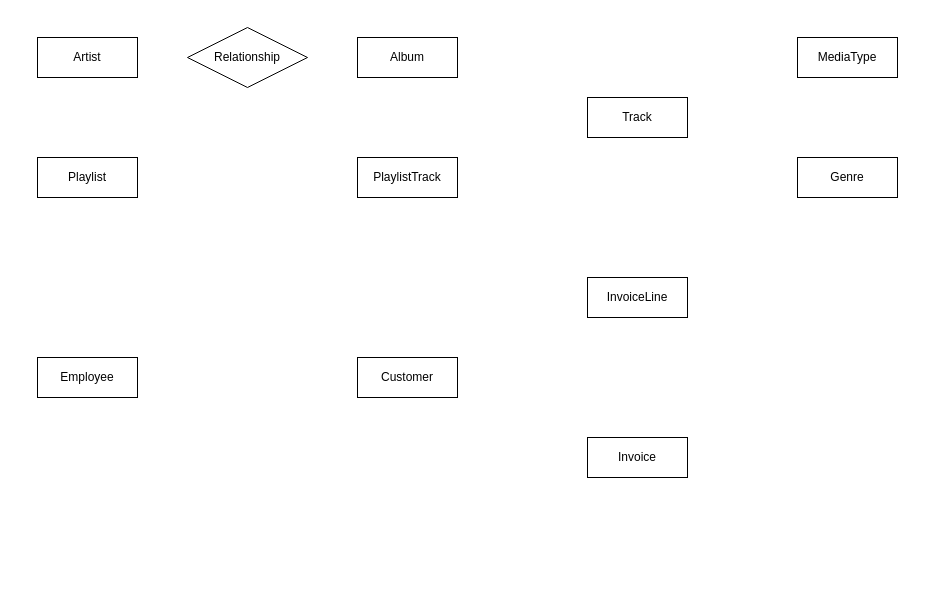
Before: Dokumentation/ER-Diagramm.svg.drawio in trimzej/WIP-18, a draw.io diagram. Source tidied: cells renumbered, new cells numbered last; positions are measured from the earlier drawing's top-left corner, leaving out a move shared by most shapes. Both pictures are drawn from the tidied source at 100%, with x=0, y=0 at pixel (37, 27).
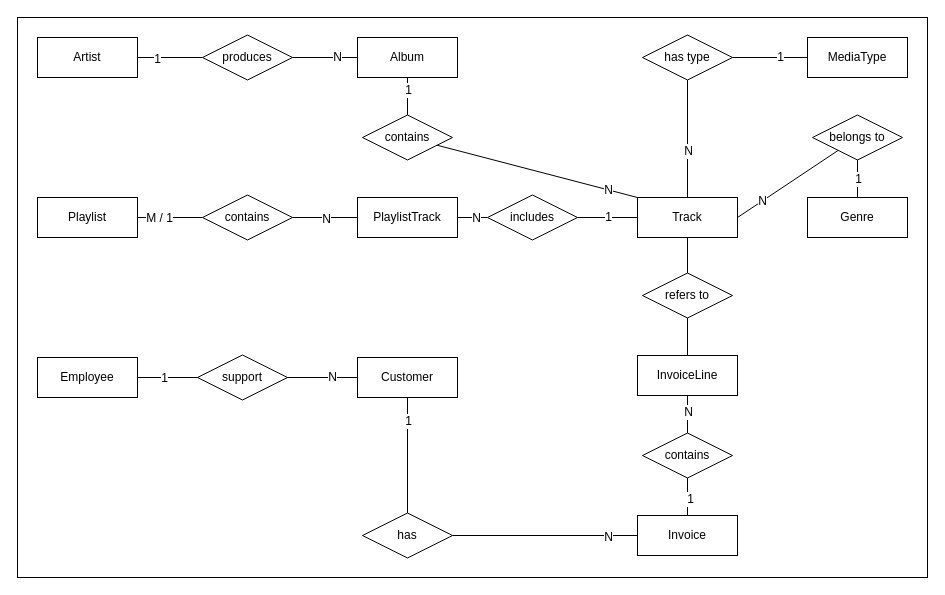
Above is the later version.

Commit message:
finished ER-Diagramm

Unchanged cells that the change refers to:
```xml
<mxCell id="2" value="Album" style="whiteSpace=wrap;html=1;align=center;" parent="1" vertex="1">
  <mxGeometry x="320" y="10" width="100" height="40" as="geometry" />
</mxCell>
<mxCell id="3" value="Artist" style="whiteSpace=wrap;html=1;align=center;" parent="1" vertex="1">
  <mxGeometry y="10" width="100" height="40" as="geometry" />
</mxCell>
<mxCell id="11" value="Customer" style="whiteSpace=wrap;html=1;align=center;" parent="1" vertex="1">
  <mxGeometry x="320" y="330" width="100" height="40" as="geometry" />
</mxCell>
```

Change to the diagram source:
```diff
@@
+    <mxCell id="14" style="rounded=0;whiteSpace=wrap;html=1;" parent="1" vertex="1">
+      <mxGeometry x="-20" y="-10" width="910" height="560" as="geometry" />
+    </mxCell>
@@
     <mxCell id="4" value="Track" style="whiteSpace=wrap;html=1;align=center;" parent="1" vertex="1">
-      <mxGeometry x="550" y="70" width="100" height="40" as="geometry" />
+      <mxGeometry x="600" y="170" width="100" height="40" as="geometry" />
     </mxCell>
     <mxCell id="5" value="MediaType" style="whiteSpace=wrap;html=1;align=center;" parent="1" vertex="1">
-      <mxGeometry x="760" y="10" width="100" height="40" as="geometry" />
+      <mxGeometry x="770" y="10" width="100" height="40" as="geometry" />
     </mxCell>
     <mxCell id="6" value="Genre" style="whiteSpace=wrap;html=1;align=center;" parent="1" vertex="1">
-      <mxGeometry x="760" y="130" width="100" height="40" as="geometry" />
+      <mxGeometry x="770" y="170" width="100" height="40" as="geometry" />
     </mxCell>
     <mxCell id="7" value="Playlist" style="whiteSpace=wrap;html=1;align=center;" parent="1" vertex="1">
-      <mxGeometry y="130" width="100" height="40" as="geometry" />
+      <mxGeometry y="170" width="100" height="40" as="geometry" />
     </mxCell>
     <mxCell id="8" value="PlaylistTrack" style="whiteSpace=wrap;html=1;align=center;" parent="1" vertex="1">
-      <mxGeometry x="320" y="130" width="100" height="40" as="geometry" />
+      <mxGeometry x="320" y="170" width="100" height="40" as="geometry" />
     </mxCell>
     <mxCell id="9" value="InvoiceLine" style="whiteSpace=wrap;html=1;align=center;" parent="1" vertex="1">
-      <mxGeometry x="550" y="250" width="100" height="40" as="geometry" />
+      <mxGeometry x="600" y="328" width="100" height="40" as="geometry" />
     </mxCell>
     <mxCell id="10" value="Invoice" style="whiteSpace=wrap;html=1;align=center;" parent="1" vertex="1">
-      <mxGeometry x="550" y="410" width="100" height="40" as="geometry" />
+      <mxGeometry x="600" y="488" width="100" height="40" as="geometry" />
     </mxCell>
@@
-    <mxCell id="12" value="Employee" style="whiteSpace=wrap;html=1;align=center;" parent="1" vertex="1">
+    <mxCell id="12" value="Employee" style="whiteSpace=wrap;html=1;align=center;direction=west;" parent="1" vertex="1">
       <mxGeometry y="330" width="100" height="40" as="geometry" />
     </mxCell>
+    <mxCell id="15" style="endArrow=none;html=1;exitX=1;exitY=0.5;exitDx=0;exitDy=0;entryX=0;entryY=0.5;entryDx=0;entryDy=0;" parent="1" edge="1" source="3" target="2">
+      <mxGeometry relative="1" as="geometry" />
+    </mxCell>
+    <mxCell id="16" value="&lt;font style=&quot;font-size: 12px;&quot;&gt;1&lt;/font&gt;" style="edgeLabel;html=1;align=center;verticalAlign=middle;" parent="15" vertex="1">
+      <mxGeometry x="-0.83" y="-1" relative="1" as="geometry" />
+    </mxCell>
+    <mxCell id="17" value="N" style="edgeLabel;html=1;align=center;verticalAlign=middle;fontSize=12;" parent="15" vertex="1">
+      <mxGeometry x="0.81" y="1" relative="1" as="geometry" />
+    </mxCell>
-    <mxCell id="13" value="Relationship" style="shape=rhombus;perimeter=rhombusPerimeter;whiteSpace=wrap;html=1;align=center;" parent="1" vertex="1">
-      <mxGeometry x="150" width="120" height="60" as="geometry" />
+    <mxCell id="13" value="produces" style="shape=rhombus;perimeter=rhombusPerimeter;whiteSpace=wrap;html=1;align=center;" parent="1" vertex="1">
+      <mxGeometry x="165" y="7.5" width="90" height="45" as="geometry" />
     </mxCell>
+    <mxCell id="18" style="endArrow=none;html=1;fontSize=12;exitX=1;exitY=0.5;exitDx=0;exitDy=0;entryX=0;entryY=0.5;entryDx=0;entryDy=0;" parent="1" edge="1" source="7" target="8">
+      <mxGeometry relative="1" as="geometry" />
+    </mxCell>
+    <mxCell id="19" value="M / 1" style="edgeLabel;html=1;align=center;verticalAlign=middle;fontSize=12;" parent="18" vertex="1">
+      <mxGeometry x="-0.81" relative="1" as="geometry" />
+    </mxCell>
+    <mxCell id="20" value="N" style="edgeLabel;html=1;align=center;verticalAlign=middle;fontSize=12;" parent="18" vertex="1">
+      <mxGeometry x="0.71" y="-1" relative="1" as="geometry" />
+    </mxCell>
+    <mxCell id="21" value="contains" style="shape=rhombus;perimeter=rhombusPerimeter;whiteSpace=wrap;html=1;align=center;" parent="1" vertex="1">
+      <mxGeometry x="165" y="167.5" width="90" height="45" as="geometry" />
+    </mxCell>
+    <mxCell id="22" style="endArrow=none;html=1;fontSize=12;exitX=0;exitY=0.5;exitDx=0;exitDy=0;entryX=0;entryY=0.5;entryDx=0;entryDy=0;" parent="1" edge="1" source="12" target="11">
+      <mxGeometry relative="1" as="geometry" />
+    </mxCell>
+    <mxCell id="23" value="1" style="edgeLabel;html=1;align=center;verticalAlign=middle;fontSize=12;" parent="22" vertex="1">
+      <mxGeometry x="-0.76" relative="1" as="geometry" />
+    </mxCell>
+    <mxCell id="24" value="N" style="edgeLabel;html=1;align=center;verticalAlign=middle;fontSize=12;" parent="22" vertex="1">
+      <mxGeometry x="0.76" y="1" relative="1" as="geometry" />
+    </mxCell>
+    <mxCell id="25" value="support" style="shape=rhombus;perimeter=rhombusPerimeter;whiteSpace=wrap;html=1;align=center;" parent="1" vertex="1">
+      <mxGeometry x="160" y="327.5" width="90" height="45" as="geometry" />
+    </mxCell>
+    <mxCell id="26" style="endArrow=none;html=1;fontSize=12;entryX=0.5;entryY=1;entryDx=0;entryDy=0;exitX=0.5;exitY=0;exitDx=0;exitDy=0;edgeStyle=orthogonalEdgeStyle;startArrow=none;" parent="1" edge="1" source="52" target="11">
+      <mxGeometry relative="1" as="geometry" />
+    </mxCell>
+    <mxCell id="27" value="1" style="edgeLabel;html=1;align=center;verticalAlign=middle;fontSize=12;" parent="26" vertex="1">
+      <mxGeometry x="0.59" relative="1" as="geometry" />
+    </mxCell>
+    <mxCell id="28" style="endArrow=none;html=1;fontSize=12;elbow=vertical;entryX=0.5;entryY=1;entryDx=0;entryDy=0;exitX=0.5;exitY=0;exitDx=0;exitDy=0;" parent="1" edge="1" source="10" target="9">
+      <mxGeometry relative="1" as="geometry" />
+    </mxCell>
+    <mxCell id="29" value="1" style="edgeLabel;html=1;align=center;verticalAlign=middle;fontSize=12;" parent="28" vertex="1">
+      <mxGeometry x="-0.72" y="-2" relative="1" as="geometry" />
+    </mxCell>
+    <mxCell id="30" value="N" style="edgeLabel;html=1;align=center;verticalAlign=middle;fontSize=12;" parent="28" vertex="1">
+      <mxGeometry x="0.74" relative="1" as="geometry" />
+    </mxCell>
+    <mxCell id="31" value="contains" style="shape=rhombus;perimeter=rhombusPerimeter;whiteSpace=wrap;html=1;align=center;" parent="1" vertex="1">
+      <mxGeometry x="605" y="405.5" width="90" height="45" as="geometry" />
+    </mxCell>
+    <mxCell id="32" style="endArrow=none;html=1;fontSize=12;elbow=vertical;entryX=0.5;entryY=1;entryDx=0;entryDy=0;exitX=0;exitY=0;exitDx=0;exitDy=0;" parent="1" edge="1" source="4" target="2">
+      <mxGeometry relative="1" as="geometry">
+        <Array as="points">
+          <mxPoint x="370" y="110" />
+        </Array>
+      </mxGeometry>
+    </mxCell>
+    <mxCell id="33" value="1" style="edgeLabel;html=1;align=center;verticalAlign=middle;fontSize=12;" parent="32" vertex="1">
+      <mxGeometry x="0.92" y="1" relative="1" as="geometry">
+        <mxPoint x="1" y="1" as="offset" />
+      </mxGeometry>
+    </mxCell>
+    <mxCell id="34" value="N" style="edgeLabel;html=1;align=center;verticalAlign=middle;fontSize=12;" parent="32" vertex="1">
+      <mxGeometry x="-0.79" relative="1" as="geometry" />
+    </mxCell>
+    <mxCell id="35" value="contains" style="shape=rhombus;perimeter=rhombusPerimeter;whiteSpace=wrap;html=1;align=center;" parent="1" vertex="1">
+      <mxGeometry x="325" y="87.5" width="90" height="45" as="geometry" />
+    </mxCell>
+    <mxCell id="36" style="endArrow=none;html=1;fontSize=12;elbow=vertical;exitX=0.5;exitY=0;exitDx=0;exitDy=0;entryX=0;entryY=0.5;entryDx=0;entryDy=0;startArrow=none;" parent="1" edge="1" source="40" target="5">
+      <mxGeometry relative="1" as="geometry">
+        <Array as="points">
+          <mxPoint x="650" y="30" />
+        </Array>
+      </mxGeometry>
+    </mxCell>
+    <mxCell id="37" value="1" style="edgeLabel;html=1;align=center;verticalAlign=middle;fontSize=12;" parent="36" vertex="1">
+      <mxGeometry x="0.61" y="1" relative="1" as="geometry" />
+    </mxCell>
+    <mxCell id="38" style="endArrow=none;html=1;fontSize=12;elbow=vertical;exitX=0.5;exitY=0;exitDx=0;exitDy=0;" parent="1" edge="1" source="4" target="40">
+      <mxGeometry relative="1" as="geometry" />
+    </mxCell>
+    <mxCell id="39" value="N" style="edgeLabel;html=1;align=center;verticalAlign=middle;fontSize=12;" parent="38" vertex="1">
+      <mxGeometry x="-0.2" relative="1" as="geometry" />
+    </mxCell>
+    <mxCell id="40" value="has type" style="shape=rhombus;perimeter=rhombusPerimeter;whiteSpace=wrap;html=1;align=center;" parent="1" vertex="1">
+      <mxGeometry x="605" y="7.5" width="90" height="45" as="geometry" />
+    </mxCell>
+    <mxCell id="41" style="endArrow=none;html=1;fontSize=12;elbow=vertical;exitX=1;exitY=0.5;exitDx=0;exitDy=0;entryX=0.5;entryY=0;entryDx=0;entryDy=0;" parent="1" edge="1" source="4" target="6">
+      <mxGeometry relative="1" as="geometry">
+        <Array as="points">
+          <mxPoint x="820" y="110" />
+        </Array>
+      </mxGeometry>
+    </mxCell>
+    <mxCell id="42" value="N" style="edgeLabel;html=1;align=center;verticalAlign=middle;fontSize=12;" parent="41" vertex="1">
+      <mxGeometry x="-0.72" relative="1" as="geometry" />
+    </mxCell>
+    <mxCell id="43" value="1" style="edgeLabel;html=1;align=center;verticalAlign=middle;fontSize=12;" parent="41" vertex="1">
+      <mxGeometry x="0.82" relative="1" as="geometry" />
+    </mxCell>
+    <mxCell id="44" value="belongs to" style="shape=rhombus;perimeter=rhombusPerimeter;whiteSpace=wrap;html=1;align=center;" parent="1" vertex="1">
+      <mxGeometry x="775" y="87.5" width="90" height="45" as="geometry" />
+    </mxCell>
+    <mxCell id="45" style="endArrow=none;html=1;fontSize=12;elbow=vertical;exitX=1;exitY=0.5;exitDx=0;exitDy=0;entryX=0;entryY=0.5;entryDx=0;entryDy=0;startArrow=none;" parent="1" edge="1" source="49" target="4">
+      <mxGeometry relative="1" as="geometry" />
+    </mxCell>
+    <mxCell id="46" value="1" style="edgeLabel;html=1;align=center;verticalAlign=middle;fontSize=12;" parent="45" vertex="1">
+      <mxGeometry x="-0.01" y="1" relative="1" as="geometry" />
+    </mxCell>
+    <mxCell id="47" style="endArrow=none;html=1;fontSize=12;elbow=vertical;exitX=1;exitY=0.5;exitDx=0;exitDy=0;entryX=0;entryY=0.5;entryDx=0;entryDy=0;" parent="1" edge="1" source="8" target="49">
+      <mxGeometry relative="1" as="geometry" />
+    </mxCell>
+    <mxCell id="48" value="N" style="edgeLabel;html=1;align=center;verticalAlign=middle;fontSize=12;" parent="47" vertex="1">
+      <mxGeometry x="0.19" relative="1" as="geometry" />
+    </mxCell>
+    <mxCell id="49" value="includes" style="shape=rhombus;perimeter=rhombusPerimeter;whiteSpace=wrap;html=1;align=center;" parent="1" vertex="1">
+      <mxGeometry x="450" y="167.5" width="90" height="45" as="geometry" />
+    </mxCell>
+    <mxCell id="50" style="endArrow=none;html=1;fontSize=12;entryX=1;entryY=0.5;entryDx=0;entryDy=0;exitX=0;exitY=0.5;exitDx=0;exitDy=0;edgeStyle=orthogonalEdgeStyle;" parent="1" edge="1" source="10" target="52">
+      <mxGeometry relative="1" as="geometry" />
+    </mxCell>
+    <mxCell id="51" value="N" style="edgeLabel;html=1;align=center;verticalAlign=middle;fontSize=12;" parent="50" vertex="1">
+      <mxGeometry x="-0.68" y="1" relative="1" as="geometry" />
+    </mxCell>
+    <mxCell id="52" value="has" style="shape=rhombus;perimeter=rhombusPerimeter;whiteSpace=wrap;html=1;align=center;" parent="1" vertex="1">
+      <mxGeometry x="325" y="485.5" width="90" height="45" as="geometry" />
+    </mxCell>
+    <mxCell id="53" style="endArrow=none;html=1;fontSize=12;elbow=vertical;entryX=0.5;entryY=1;entryDx=0;entryDy=0;exitX=0.5;exitY=0;exitDx=0;exitDy=0;" parent="1" edge="1" source="9" target="4">
+      <mxGeometry relative="1" as="geometry" />
+    </mxCell>
+    <mxCell id="54" value="refers to" style="shape=rhombus;perimeter=rhombusPerimeter;whiteSpace=wrap;html=1;align=center;" parent="1" vertex="1">
+      <mxGeometry x="605" y="245.5" width="90" height="45" as="geometry" />
+    </mxCell>
```
